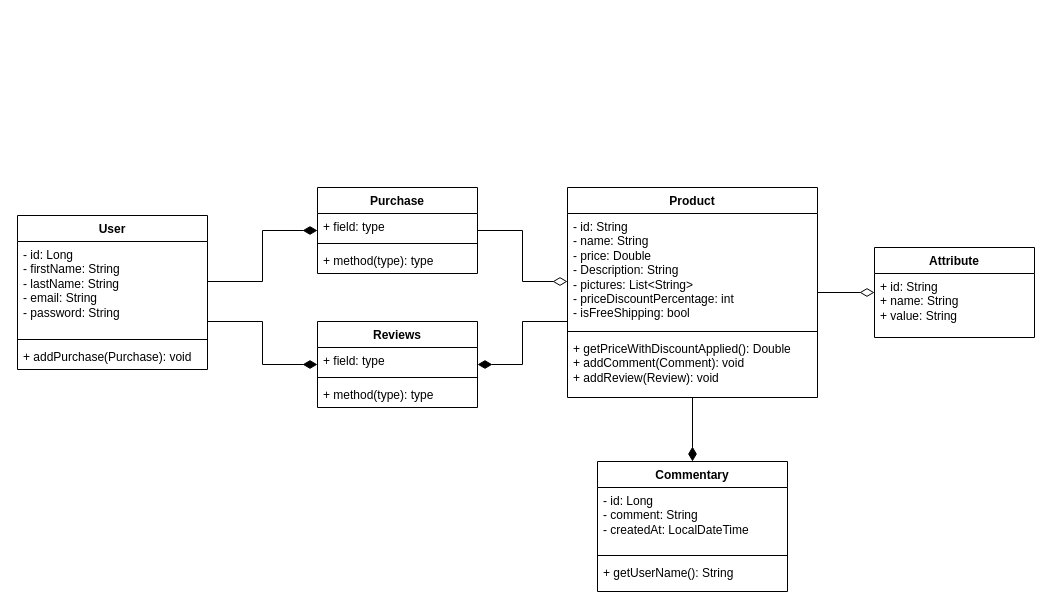
Before: BackEndDiagram.drawio in AcoMat/meli-clone, a draw.io diagram. Source tidied: cells renumbered, new cells numbered last; positions are measured from the earlier drawing's top-left corner, leaving out a move shared by most shapes. Both pictures are drawn from the tidied source at 100%, with x=0, y=0 at pixel (17, 187).
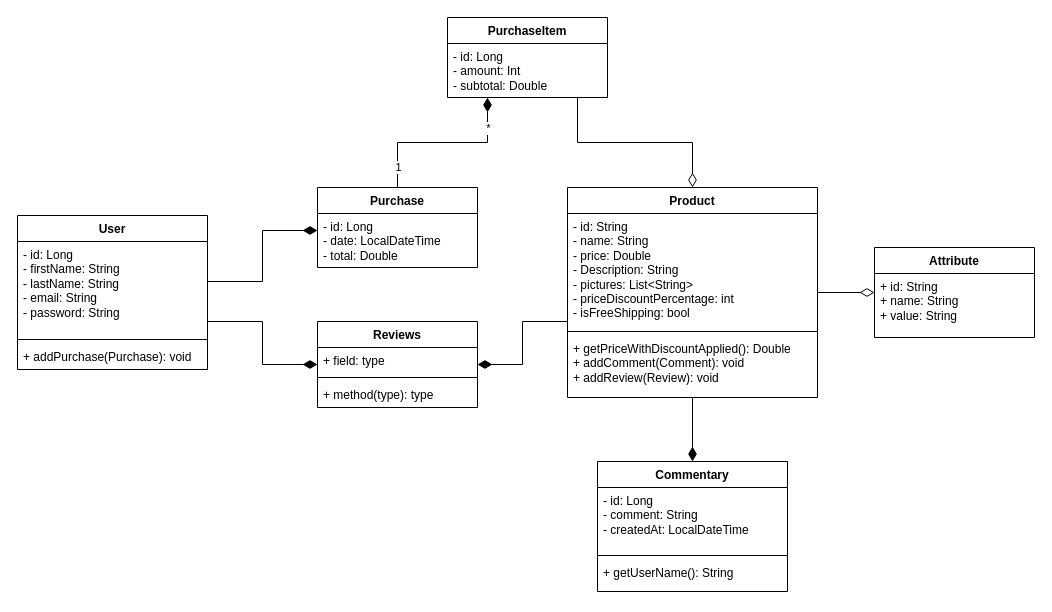
The same diagram, later.

Unchanged cells that the change refers to:
```xml
<mxCell id="3" value="Product" style="swimlane;fontStyle=1;align=center;verticalAlign=top;horizontal=1;startSize=26;whiteSpace=wrap;html=1;" parent="1" vertex="1">
  <mxGeometry x="550" width="250" height="210" as="geometry" />
</mxCell>
```

Change to the diagram source:
```diff
@@
-    <mxCell id="13" style="edgeStyle=orthogonalEdgeStyle;rounded=0;jettySize=auto;html=1;endArrow=diamondThin;endFill=0;endSize=12;" parent="1" edge="1" source="14" target="3">
-      <mxGeometry relative="1" as="geometry">
-        <Array as="points">
-          <mxPoint x="505" y="43" />
-          <mxPoint x="505" y="94" />
-        </Array>
-      </mxGeometry>
-    </mxCell>
+    <mxCell id="30" style="edgeStyle=orthogonalEdgeStyle;rounded=0;jettySize=auto;html=1;endArrow=diamondThin;endFill=1;endSize=12;" parent="1" edge="1" source="14" target="34">
+      <mxGeometry relative="1" as="geometry">
+        <Array as="points">
+          <mxPoint x="380" y="-45" />
+          <mxPoint x="470" y="-45" />
+        </Array>
+      </mxGeometry>
+    </mxCell>
+    <mxCell id="31" value="1" style="edgeLabel;html=1;align=center;verticalAlign=middle;" parent="30" vertex="1">
+      <mxGeometry x="-0.77" y="4" relative="1" as="geometry">
+        <mxPoint x="4" as="offset" />
+      </mxGeometry>
+    </mxCell>
+    <mxCell id="32" value="*" style="edgeLabel;html=1;align=center;verticalAlign=middle;" parent="30" vertex="1">
+      <mxGeometry x="0.69" y="-1" relative="1" as="geometry">
+        <mxPoint x="-1" y="2" as="offset" />
+      </mxGeometry>
+    </mxCell>
     <mxCell id="14" value="Purchase" style="swimlane;fontStyle=1;align=center;verticalAlign=top;horizontal=1;startSize=26;whiteSpace=wrap;html=1;" parent="1" vertex="1">
-      <mxGeometry x="300" width="160" height="86" as="geometry" />
+      <mxGeometry x="300" width="160" height="80" as="geometry" />
     </mxCell>
-    <mxCell id="15" value="+ field: type" style="text;strokeColor=none;fillColor=none;align=left;verticalAlign=top;spacingLeft=4;spacingRight=4;overflow=hidden;whiteSpace=wrap;html=1;" parent="14" vertex="1">
-      <mxGeometry y="26" width="160" height="26" as="geometry" />
+    <mxCell id="15" value="- id: Long&lt;div&gt;- date: LocalDateTime&lt;/div&gt;&lt;div&gt;- total: Double&lt;/div&gt;" style="text;strokeColor=none;fillColor=none;align=left;verticalAlign=top;spacingLeft=4;spacingRight=4;overflow=hidden;whiteSpace=wrap;html=1;" parent="14" vertex="1">
+      <mxGeometry y="26" width="160" height="54" as="geometry" />
     </mxCell>
-    <mxCell id="16" style="line;strokeWidth=1;fillColor=none;align=left;verticalAlign=middle;spacingTop=-1;spacingLeft=3;spacingRight=3;labelPosition=right;strokeColor=inherit;" parent="14" vertex="1">
-      <mxGeometry y="52" width="160" height="8" as="geometry" />
-    </mxCell>
-    <mxCell id="17" value="+ method(type): type" style="text;strokeColor=none;fillColor=none;align=left;verticalAlign=top;spacingLeft=4;spacingRight=4;overflow=hidden;whiteSpace=wrap;html=1;" parent="14" vertex="1">
-      <mxGeometry y="60" width="160" height="26" as="geometry" />
-    </mxCell>
@@
+    <mxCell id="33" style="edgeStyle=orthogonalEdgeStyle;rounded=0;jettySize=auto;html=1;endArrow=diamondThin;endFill=0;endSize=12;" parent="1" edge="1" source="34" target="3">
+      <mxGeometry relative="1" as="geometry">
+        <Array as="points">
+          <mxPoint x="560" y="-45" />
+          <mxPoint x="675" y="-45" />
+        </Array>
+      </mxGeometry>
+    </mxCell>
+    <mxCell id="34" value="PurchaseItem" style="swimlane;fontStyle=1;align=center;verticalAlign=top;horizontal=1;startSize=26;whiteSpace=wrap;html=1;" parent="1" vertex="1">
+      <mxGeometry x="430" y="-170" width="160" height="80" as="geometry" />
+    </mxCell>
+    <mxCell id="35" value="- id: Long&lt;div&gt;- amount: Int&lt;/div&gt;&lt;div&gt;- subtotal: Double&lt;/div&gt;" style="text;strokeColor=none;fillColor=none;align=left;verticalAlign=top;spacingLeft=4;spacingRight=4;overflow=hidden;whiteSpace=wrap;html=1;" parent="34" vertex="1">
+      <mxGeometry y="26" width="160" height="54" as="geometry" />
+    </mxCell>
```
